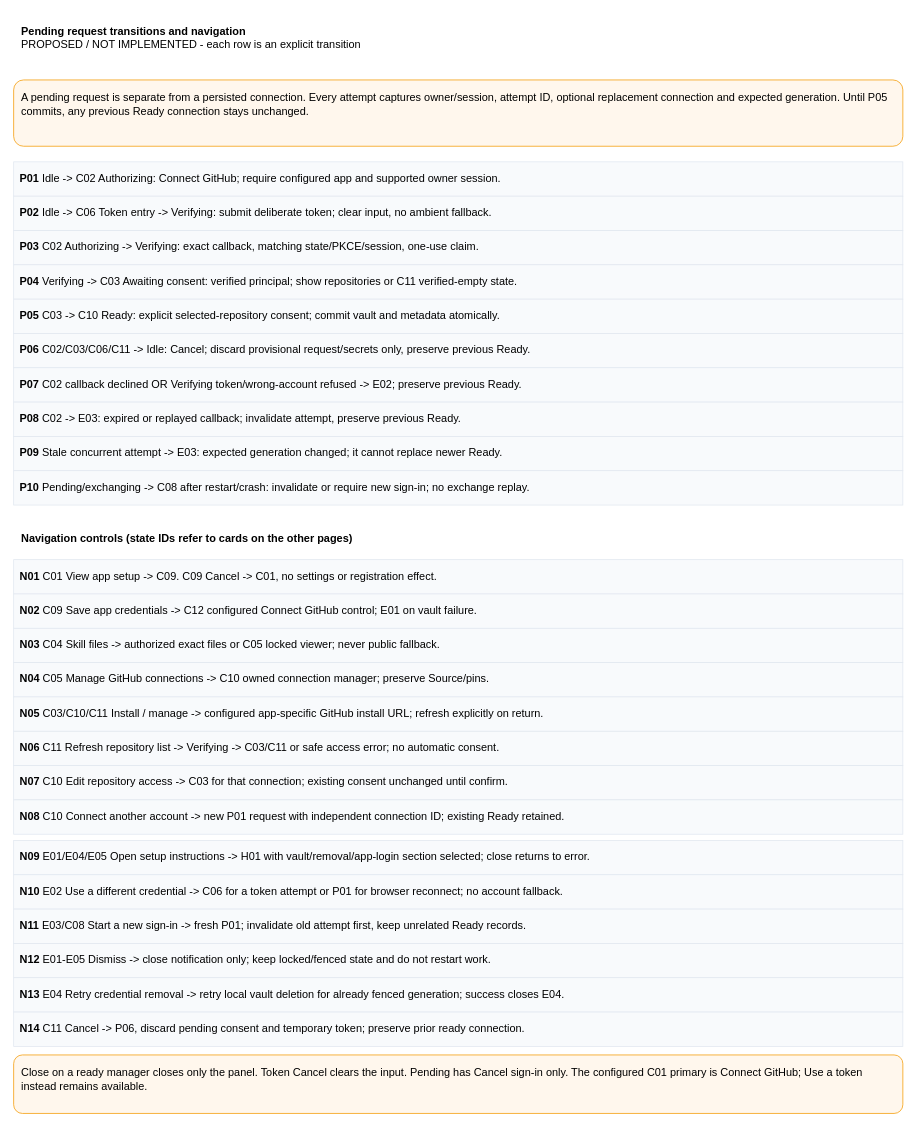
amadou-6e/specs keeps this draw.io diagram as page "Pending attempt and cross-page navigation" (5 of 8) of projects/laomedo/subsystems/agent-execution/design/github-account-connections.drawio. Above is the earlier version. Source tidied: cells renumbered, new cells numbered last; positions are measured from the earlier drawing's top-left corner, leaving out a move shared by most shapes. Both pictures are drawn from the tidied source at 78%, with x=0, y=0 at pixel (13, 13).
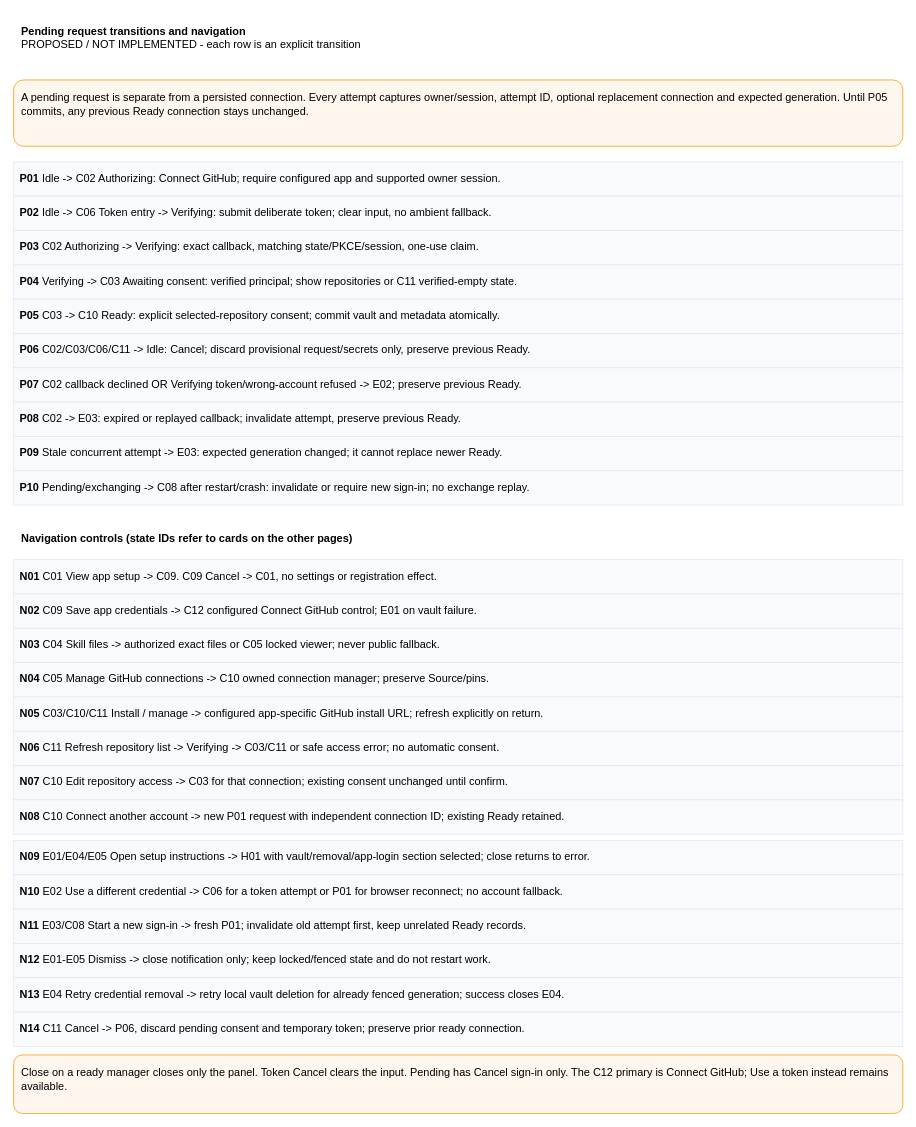
The same page after the edit.

Commit message (it also covers changes not shown here):
docs: record approved connection design and remaining runtime gates

Diff of the diagram source:
```diff
@@
-    <mxCell id="23" value="Close on a ready manager closes only the panel. Token Cancel clears the input. Pending has Cancel sign-in only. The configured C01 primary is Connect GitHub; Use a token instead remains available." style="whiteSpace=wrap;html=1;fontFamily=Arial;fontSize=14;align=left;verticalAlign=top;spacing=10;rounded=1;fillColor=#FFF7ED;strokeColor=#F59E0B;" parent="1" vertex="1">
+    <mxCell id="23" value="Close on a ready manager closes only the panel. Token Cancel clears the input. Pending has Cancel sign-in only. The C12 primary is Connect GitHub; Use a token instead remains available." style="whiteSpace=wrap;html=1;fontFamily=Arial;fontSize=14;align=left;verticalAlign=top;spacing=10;rounded=1;fillColor=#FFF7ED;strokeColor=#F59E0B;" parent="1" vertex="1">
       <mxGeometry y="1335" width="1140" height="75" as="geometry" />
     </mxCell>
```
